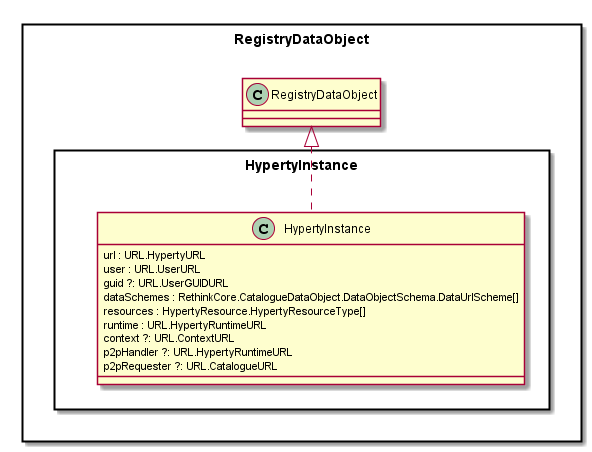
This is datamodel/core/hyperty-registry/Hyperty-Instance-Data-Object-Model.png from reTHINK-project/specs, a PlantUML export, as it was before one commit.
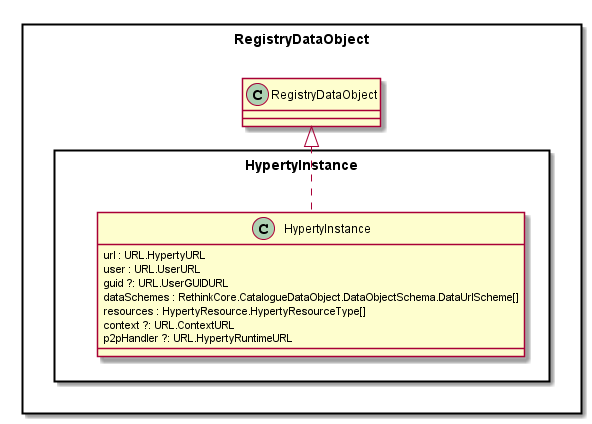
After the change.

Diff of the diagram source:
```diff
@@ -10,10 +10,8 @@
 			guid ?: URL.UserGUIDURL
 			dataSchemes : RethinkCore.CatalogueDataObject.DataObjectSchema.DataUrlScheme[]
 			resources : HypertyResource.HypertyResourceType[]
-			runtime : URL.HypertyRuntimeURL
 			context ?: URL.ContextURL
 			p2pHandler ?: URL.HypertyRuntimeURL
-			p2pRequester ?: URL.CatalogueURL
 		}
 
 		HypertyInstance .up.|> RegistryDataObject.RegistryDataObject
```
